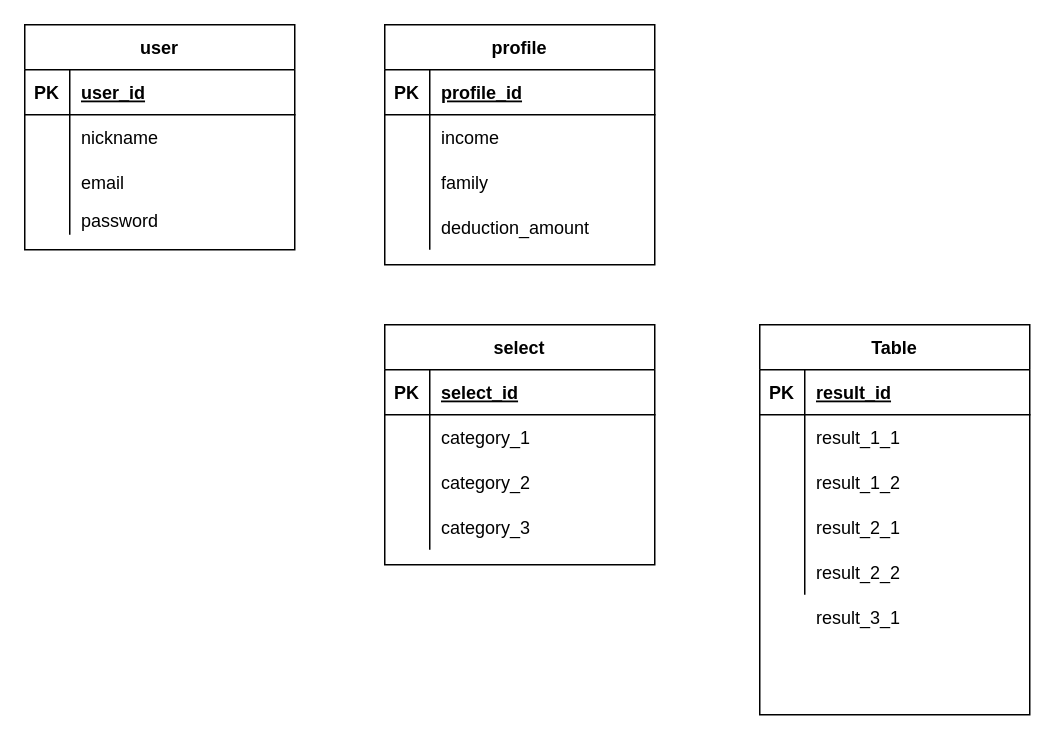
Above: Untitled Diagram.drawio in kojikoji00/furusele-app (draw.io), before the change. Source tidied: cells renumbered, new cells numbered last; positions are measured from the earlier drawing's top-left corner, leaving out a move shared by most shapes. Both pictures are drawn from the tidied source at 150%, with x=0, y=0 at pixel (24, 24).
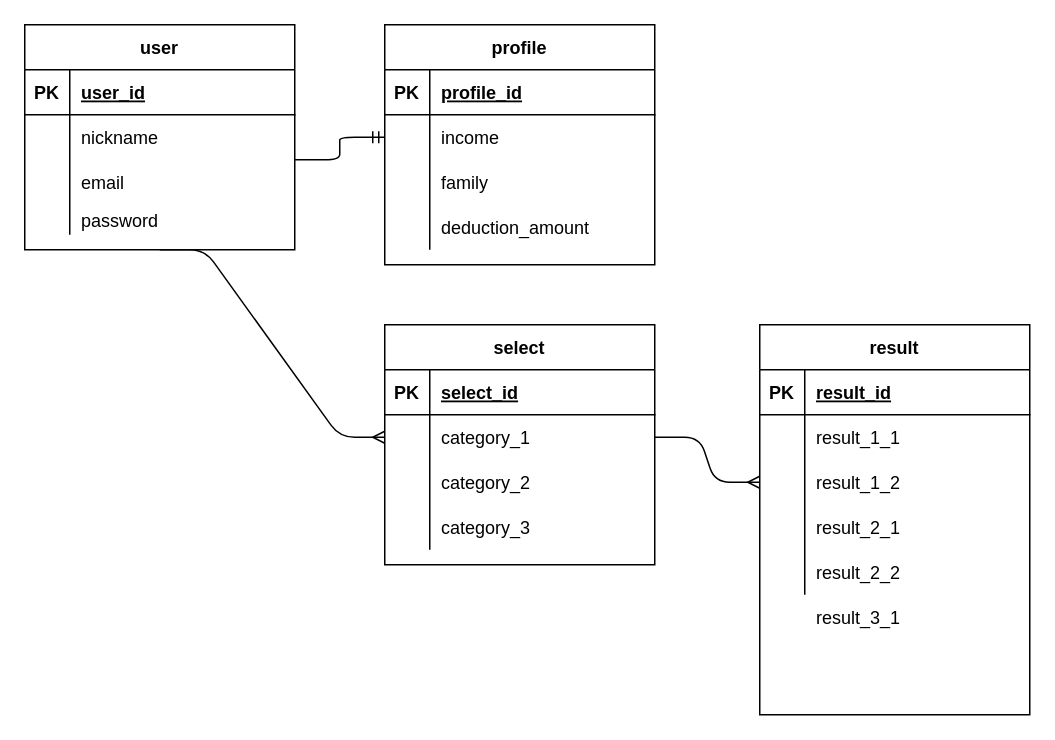
After the change.

The change refers to these unchanged cells:
```xml
<mxCell id="2" value="user" style="shape=table;startSize=30;childLayout=tableLayout;rowLines=0;fontStyle=1;align=center;" parent="1" vertex="1">
  <mxGeometry width="180" height="150" as="geometry" />
</mxCell>
<mxCell id="19" style="shape=partialRectangle;fillColor=none;top=0;left=0;bottom=0;right=0;points=[[0,0.5],[1,0.5]];portConstraint=eastwest;" parent="15" vertex="1">
  <mxGeometry y="60" width="180" height="30" as="geometry" />
</mxCell>
<mxCell id="32" style="shape=partialRectangle;fillColor=none;top=0;left=0;bottom=0;right=0;points=[[0,0.5],[1,0.5]];portConstraint=eastwest;" parent="28" vertex="1">
  <mxGeometry y="60" width="180" height="30" as="geometry" />
</mxCell>
<mxCell id="48" style="shape=partialRectangle;fillColor=none;top=0;left=0;bottom=0;right=0;points=[[0,0.5],[1,0.5]];portConstraint=eastwest;" parent="41" vertex="1">
  <mxGeometry y="90" width="180" height="30" as="geometry" />
</mxCell>
```

Diff of the diagram source:
```diff
@@
-    <mxCell id="41" value="Table" style="shape=table;startSize=30;childLayout=tableLayout;rowLines=0;fontStyle=1;align=center;" parent="1" vertex="1">
+    <mxCell id="41" value="result" style="shape=table;startSize=30;childLayout=tableLayout;rowLines=0;fontStyle=1;align=center;" parent="1" vertex="1">
       <mxGeometry x="490" y="200" width="180" height="260" as="geometry" />
     </mxCell>
@@
+    <mxCell id="58" style="edgeStyle=entityRelationEdgeStyle;fontSize=12;html=1;endArrow=ERmandOne;entryX=0;entryY=0.5;entryDx=0;entryDy=0;" parent="1" edge="1" target="19">
+      <mxGeometry relative="1" as="geometry">
+        <mxPoint x="180" y="90" as="sourcePoint" />
+      </mxGeometry>
+    </mxCell>
+    <mxCell id="59" style="edgeStyle=entityRelationEdgeStyle;fontSize=12;html=1;endArrow=ERmany;exitX=0.5;exitY=1;exitDx=0;exitDy=0;entryX=0;entryY=0.5;entryDx=0;entryDy=0;" parent="1" edge="1" source="2" target="32">
+      <mxGeometry relative="1" as="geometry" />
+    </mxCell>
+    <mxCell id="60" style="edgeStyle=entityRelationEdgeStyle;fontSize=12;html=1;endArrow=ERmany;exitX=1;exitY=0.5;exitDx=0;exitDy=0;entryX=0;entryY=0.5;entryDx=0;entryDy=0;" parent="1" edge="1" source="32" target="48">
+      <mxGeometry relative="1" as="geometry" />
+    </mxCell>
```
